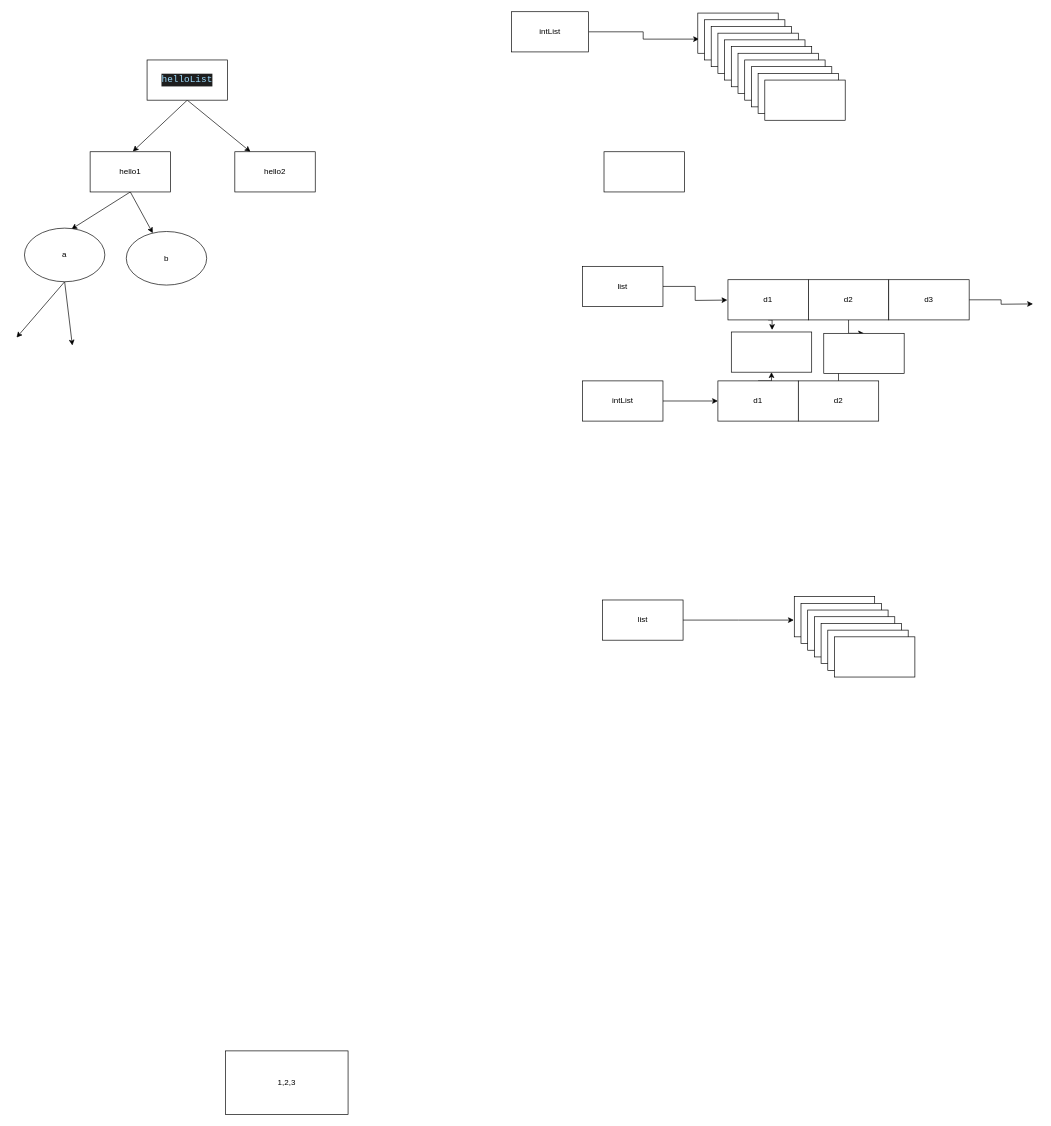
This is doc/temp.dio from RenJiyun/psyduck, a draw.io file, before an edit. Source tidied: cells renumbered, new cells numbered last; positions are measured from the earlier drawing's top-left corner, leaving out a move shared by most shapes. Both pictures are drawn from the tidied source at 67%, with x=0, y=0 at pixel (16, 11).
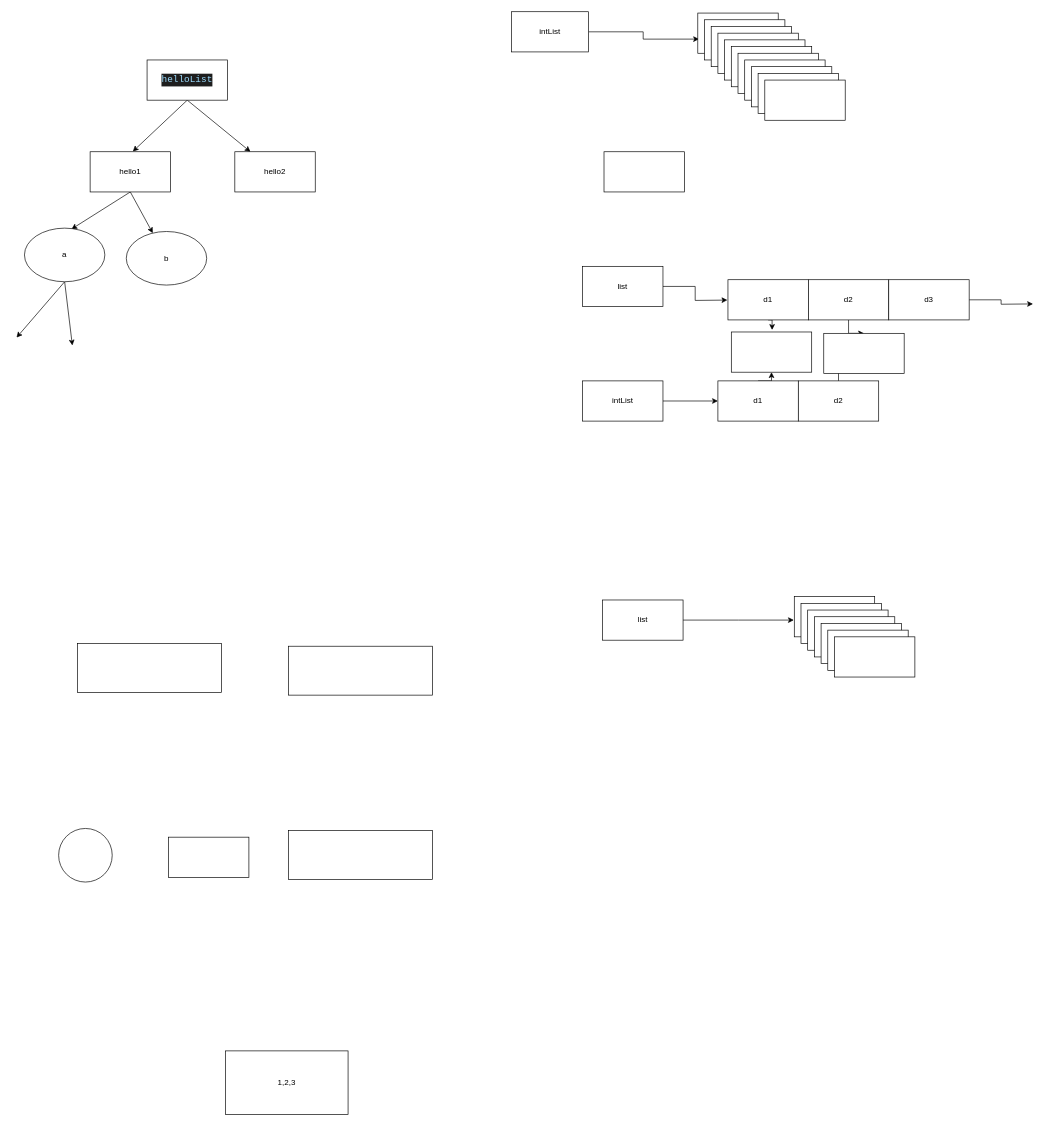
The same page after the edit.

Change to the diagram source:
```diff
@@
+    <mxCell id="53" style="rounded=0;whiteSpace=wrap;html=1;" parent="1" vertex="1">
+      <mxGeometry x="406" y="947" width="215" height="73" as="geometry" />
+    </mxCell>
+    <mxCell id="54" style="rounded=0;whiteSpace=wrap;html=1;" parent="1" vertex="1">
+      <mxGeometry x="91" y="943" width="215" height="73" as="geometry" />
+    </mxCell>
+    <mxCell id="55" style="rounded=0;whiteSpace=wrap;html=1;" parent="1" vertex="1">
+      <mxGeometry x="406" y="1222" width="215" height="73" as="geometry" />
+    </mxCell>
+    <mxCell id="56" style="rounded=0;whiteSpace=wrap;html=1;" parent="1" vertex="1">
+      <mxGeometry x="227" y="1232" width="120" height="60" as="geometry" />
+    </mxCell>
+    <mxCell id="57" style="ellipse;whiteSpace=wrap;html=1;" parent="1" vertex="1">
+      <mxGeometry x="63" y="1219" width="80" height="80" as="geometry" />
+    </mxCell>
```
